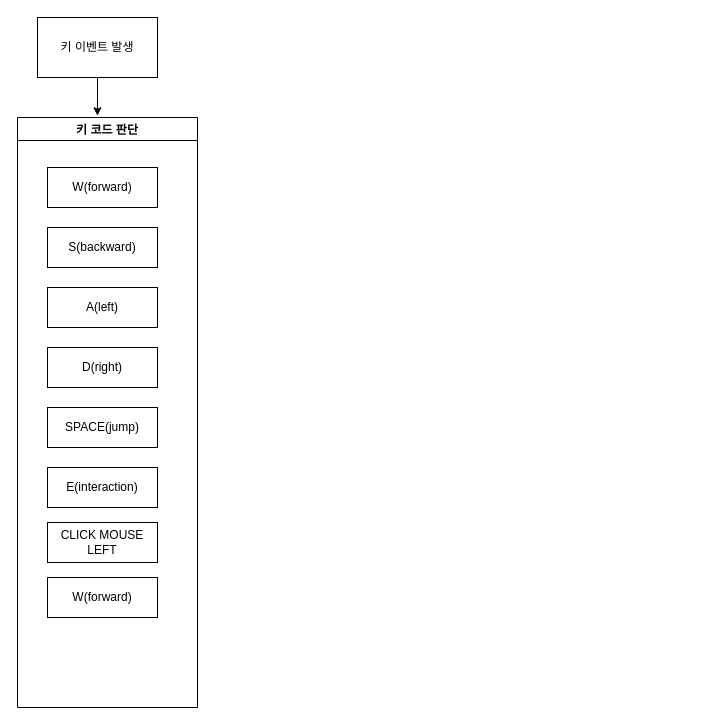
The draw.io diagram img/Untitled Diagram.drawio in jeongwoo1788029/jeongwoo1788029.github.io, before the edit. Source tidied: cells renumbered, new cells numbered last; positions are measured from the earlier drawing's top-left corner, leaving out a move shared by most shapes. Both pictures are drawn from the tidied source at 100%, with x=0, y=0 at pixel (17, 17).
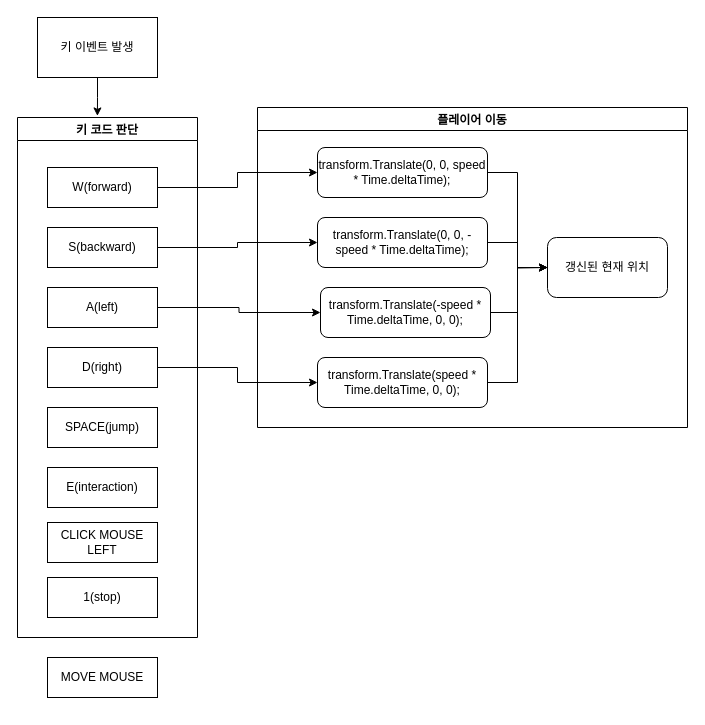
The same diagram, later.

The change refers to these unchanged cells:
```xml
<mxCell id="5" value="W(forward)" style="rounded=0;whiteSpace=wrap;html=1;" parent="4" vertex="1">
  <mxGeometry x="30" y="50" width="110" height="40" as="geometry" />
</mxCell>
<mxCell id="7" value="S(backward)" style="rounded=0;whiteSpace=wrap;html=1;" parent="4" vertex="1">
  <mxGeometry x="30" y="110" width="110" height="40" as="geometry" />
</mxCell>
<mxCell id="8" value="A(left)" style="rounded=0;whiteSpace=wrap;html=1;" parent="4" vertex="1">
  <mxGeometry x="30" y="170" width="110" height="40" as="geometry" />
</mxCell>
<mxCell id="9" value="D(right)" style="rounded=0;whiteSpace=wrap;html=1;" parent="4" vertex="1">
  <mxGeometry x="30" y="230" width="110" height="40" as="geometry" />
</mxCell>
```

The edit, as a diff of the source:
```diff
@@
     <mxCell id="4" value="키 코드 판단" style="swimlane;fontFamily=Helvetica;fontSize=12;fontColor=#000000;align=center;strokeColor=#000000;fillColor=#ffffff;" parent="1" vertex="1">
-      <mxGeometry y="100" width="180" height="590" as="geometry" />
+      <mxGeometry y="100" width="180" height="520" as="geometry" />
     </mxCell>
@@
-    <mxCell id="13" value="W(forward)" style="rounded=0;whiteSpace=wrap;html=1;" parent="4" vertex="1">
+    <mxCell id="13" value="1(stop)" style="rounded=0;whiteSpace=wrap;html=1;" parent="4" vertex="1">
       <mxGeometry x="30" y="460" width="110" height="40" as="geometry" />
     </mxCell>
+    <mxCell id="14" value="MOVE MOUSE" style="rounded=0;whiteSpace=wrap;html=1;" parent="1" vertex="1">
+      <mxGeometry x="30" y="640" width="110" height="40" as="geometry" />
+    </mxCell>
+    <mxCell id="15" value="플레이어 이동" style="swimlane;" parent="1" vertex="1">
+      <mxGeometry x="240" y="90" width="430" height="320" as="geometry" />
+    </mxCell>
+    <mxCell id="16" style="edgeStyle=orthogonalEdgeStyle;rounded=0;jettySize=auto;html=1;entryX=0;entryY=0.5;entryDx=0;entryDy=0;" parent="15" edge="1" source="17" target="23">
+      <mxGeometry relative="1" as="geometry" />
+    </mxCell>
+    <mxCell id="17" value="transform.Translate(0, 0, speed * Time.deltaTime);" style="rounded=1;whiteSpace=wrap;html=1;" parent="15" vertex="1">
+      <mxGeometry x="60" y="40" width="170" height="50" as="geometry" />
+    </mxCell>
+    <mxCell id="18" style="edgeStyle=orthogonalEdgeStyle;rounded=0;jettySize=auto;html=1;entryX=0;entryY=0.5;entryDx=0;entryDy=0;" parent="15" edge="1" source="19" target="23">
+      <mxGeometry relative="1" as="geometry" />
+    </mxCell>
+    <mxCell id="19" value="transform.Translate(speed * Time.deltaTime, 0, 0);" style="rounded=1;whiteSpace=wrap;html=1;" parent="15" vertex="1">
+      <mxGeometry x="60" y="250" width="170" height="50" as="geometry" />
+    </mxCell>
+    <mxCell id="20" style="edgeStyle=orthogonalEdgeStyle;rounded=0;jettySize=auto;html=1;" parent="15" edge="1" source="21" target="23">
+      <mxGeometry relative="1" as="geometry">
+        <Array as="points">
+          <mxPoint x="260" y="205" />
+          <mxPoint x="260" y="160" />
+        </Array>
+      </mxGeometry>
+    </mxCell>
+    <mxCell id="21" value="transform.Translate(-speed * Time.deltaTime, 0, 0);" style="rounded=1;whiteSpace=wrap;html=1;" parent="15" vertex="1">
+      <mxGeometry x="63" y="180" width="170" height="50" as="geometry" />
+    </mxCell>
+    <mxCell id="22" value="transform.Translate(0, 0, -speed * Time.deltaTime);" style="rounded=1;whiteSpace=wrap;html=1;" parent="15" vertex="1">
+      <mxGeometry x="60" y="110" width="170" height="50" as="geometry" />
+    </mxCell>
+    <mxCell id="23" value="갱신된 현재 위치" style="rounded=1;whiteSpace=wrap;html=1;" parent="15" vertex="1">
+      <mxGeometry x="290" y="130" width="120" height="60" as="geometry" />
+    </mxCell>
+    <mxCell id="24" style="edgeStyle=orthogonalEdgeStyle;rounded=0;jettySize=auto;html=1;entryX=0;entryY=0.5;entryDx=0;entryDy=0;" parent="1" edge="1" source="5" target="17">
+      <mxGeometry relative="1" as="geometry" />
+    </mxCell>
+    <mxCell id="25" style="edgeStyle=orthogonalEdgeStyle;rounded=0;jettySize=auto;html=1;entryX=0;entryY=0.5;entryDx=0;entryDy=0;" parent="1" edge="1" source="7" target="22">
+      <mxGeometry relative="1" as="geometry" />
+    </mxCell>
+    <mxCell id="26" style="edgeStyle=orthogonalEdgeStyle;rounded=0;jettySize=auto;html=1;entryX=0;entryY=0.5;entryDx=0;entryDy=0;" parent="1" edge="1" source="8" target="21">
+      <mxGeometry relative="1" as="geometry" />
+    </mxCell>
+    <mxCell id="27" style="edgeStyle=orthogonalEdgeStyle;rounded=0;jettySize=auto;html=1;entryX=0;entryY=0.5;entryDx=0;entryDy=0;" parent="1" edge="1" source="9" target="19">
+      <mxGeometry relative="1" as="geometry" />
+    </mxCell>
+    <mxCell id="28" style="edgeStyle=orthogonalEdgeStyle;rounded=0;jettySize=auto;html=1;" parent="1" edge="1" source="22">
+      <mxGeometry relative="1" as="geometry">
+        <mxPoint x="530" y="250" as="targetPoint" />
+      </mxGeometry>
+    </mxCell>
```
